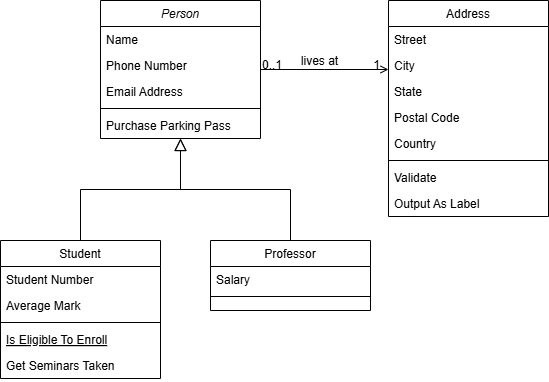
Before: CursoInfotec_TiendaDepartamental.drawio.png, a diagram exported from draw.io (rodur79/varios). Source tidied: cells renumbered, new cells last; positions are measured from the earlier drawing's top-left corner, leaving out a move shared by most shapes. Source of this version:
```xml
<mxGraphModel>
  <root>
    <mxCell id="0" />
    <mxCell id="1" parent="0" />
    <mxCell id="2" value="Person" style="swimlane;fontStyle=2;align=center;verticalAlign=top;horizontal=1;startSize=26;rounded=0;shadow=0;strokeWidth=1;" parent="1" vertex="1">
      <mxGeometry x="100" width="160" height="138" as="geometry" />
    </mxCell>
    <mxCell id="3" value="Name" style="text;align=left;verticalAlign=top;spacingLeft=4;spacingRight=4;overflow=hidden;" parent="2" vertex="1">
      <mxGeometry y="26" width="160" height="26" as="geometry" />
    </mxCell>
    <mxCell id="4" value="Phone Number" style="text;align=left;verticalAlign=top;spacingLeft=4;spacingRight=4;overflow=hidden;rounded=0;shadow=0;html=0;" parent="2" vertex="1">
      <mxGeometry y="52" width="160" height="26" as="geometry" />
    </mxCell>
    <mxCell id="5" value="Email Address" style="text;align=left;verticalAlign=top;spacingLeft=4;spacingRight=4;overflow=hidden;rounded=0;shadow=0;html=0;" parent="2" vertex="1">
      <mxGeometry y="78" width="160" height="26" as="geometry" />
    </mxCell>
    <mxCell id="6" style="line;html=1;strokeWidth=1;align=left;verticalAlign=middle;spacingTop=-1;spacingLeft=3;spacingRight=3;labelPosition=right;" parent="2" vertex="1">
      <mxGeometry y="104" width="160" height="8" as="geometry" />
    </mxCell>
    <mxCell id="7" value="Purchase Parking Pass" style="text;align=left;verticalAlign=top;spacingLeft=4;spacingRight=4;overflow=hidden;" parent="2" vertex="1">
      <mxGeometry y="112" width="160" height="26" as="geometry" />
    </mxCell>
    <mxCell id="8" value="Student" style="swimlane;fontStyle=0;align=center;verticalAlign=top;horizontal=1;startSize=26;rounded=0;shadow=0;strokeWidth=1;" parent="1" vertex="1">
      <mxGeometry y="240" width="160" height="138" as="geometry" />
    </mxCell>
    <mxCell id="9" value="Student Number" style="text;align=left;verticalAlign=top;spacingLeft=4;spacingRight=4;overflow=hidden;" parent="8" vertex="1">
      <mxGeometry y="26" width="160" height="26" as="geometry" />
    </mxCell>
    <mxCell id="10" value="Average Mark" style="text;align=left;verticalAlign=top;spacingLeft=4;spacingRight=4;overflow=hidden;rounded=0;shadow=0;html=0;" parent="8" vertex="1">
      <mxGeometry y="52" width="160" height="26" as="geometry" />
    </mxCell>
    <mxCell id="11" style="line;html=1;strokeWidth=1;align=left;verticalAlign=middle;spacingTop=-1;spacingLeft=3;spacingRight=3;labelPosition=right;" parent="8" vertex="1">
      <mxGeometry y="78" width="160" height="8" as="geometry" />
    </mxCell>
    <mxCell id="12" value="Is Eligible To Enroll" style="text;align=left;verticalAlign=top;spacingLeft=4;spacingRight=4;overflow=hidden;fontStyle=4;" parent="8" vertex="1">
      <mxGeometry y="86" width="160" height="26" as="geometry" />
    </mxCell>
    <mxCell id="13" value="Get Seminars Taken" style="text;align=left;verticalAlign=top;spacingLeft=4;spacingRight=4;overflow=hidden;" parent="8" vertex="1">
      <mxGeometry y="112" width="160" height="26" as="geometry" />
    </mxCell>
    <mxCell id="14" style="endArrow=block;endSize=10;endFill=0;shadow=0;strokeWidth=1;rounded=0;curved=0;edgeStyle=elbowEdgeStyle;elbow=vertical;" parent="1" edge="1" source="8" target="2">
      <mxGeometry relative="1" as="geometry" />
    </mxCell>
    <mxCell id="15" value="Professor" style="swimlane;fontStyle=0;align=center;verticalAlign=top;horizontal=1;startSize=26;rounded=0;shadow=0;strokeWidth=1;" parent="1" vertex="1">
      <mxGeometry x="210" y="240" width="160" height="70" as="geometry" />
    </mxCell>
    <mxCell id="16" value="Salary" style="text;align=left;verticalAlign=top;spacingLeft=4;spacingRight=4;overflow=hidden;" parent="15" vertex="1">
      <mxGeometry y="26" width="160" height="26" as="geometry" />
    </mxCell>
    <mxCell id="17" style="line;html=1;strokeWidth=1;align=left;verticalAlign=middle;spacingTop=-1;spacingLeft=3;spacingRight=3;labelPosition=right;" parent="15" vertex="1">
      <mxGeometry y="52" width="160" height="8" as="geometry" />
    </mxCell>
    <mxCell id="18" style="endArrow=block;endSize=10;endFill=0;shadow=0;strokeWidth=1;rounded=0;curved=0;edgeStyle=elbowEdgeStyle;elbow=vertical;" parent="1" edge="1" source="15" target="2">
      <mxGeometry relative="1" as="geometry" />
    </mxCell>
    <mxCell id="19" value="Address" style="swimlane;fontStyle=0;align=center;verticalAlign=top;horizontal=1;startSize=26;rounded=0;shadow=0;strokeWidth=1;" parent="1" vertex="1">
      <mxGeometry x="388" width="160" height="216" as="geometry" />
    </mxCell>
    <mxCell id="20" value="Street" style="text;align=left;verticalAlign=top;spacingLeft=4;spacingRight=4;overflow=hidden;" parent="19" vertex="1">
      <mxGeometry y="26" width="160" height="26" as="geometry" />
    </mxCell>
    <mxCell id="21" value="City" style="text;align=left;verticalAlign=top;spacingLeft=4;spacingRight=4;overflow=hidden;rounded=0;shadow=0;html=0;" parent="19" vertex="1">
      <mxGeometry y="52" width="160" height="26" as="geometry" />
    </mxCell>
    <mxCell id="22" value="State" style="text;align=left;verticalAlign=top;spacingLeft=4;spacingRight=4;overflow=hidden;rounded=0;shadow=0;html=0;" parent="19" vertex="1">
      <mxGeometry y="78" width="160" height="26" as="geometry" />
    </mxCell>
    <mxCell id="23" value="Postal Code" style="text;align=left;verticalAlign=top;spacingLeft=4;spacingRight=4;overflow=hidden;rounded=0;shadow=0;html=0;" parent="19" vertex="1">
      <mxGeometry y="104" width="160" height="26" as="geometry" />
    </mxCell>
    <mxCell id="24" value="Country" style="text;align=left;verticalAlign=top;spacingLeft=4;spacingRight=4;overflow=hidden;rounded=0;shadow=0;html=0;" parent="19" vertex="1">
      <mxGeometry y="130" width="160" height="26" as="geometry" />
    </mxCell>
    <mxCell id="25" style="line;html=1;strokeWidth=1;align=left;verticalAlign=middle;spacingTop=-1;spacingLeft=3;spacingRight=3;labelPosition=right;" parent="19" vertex="1">
      <mxGeometry y="156" width="160" height="8" as="geometry" />
    </mxCell>
    <mxCell id="26" value="Validate" style="text;align=left;verticalAlign=top;spacingLeft=4;spacingRight=4;overflow=hidden;" parent="19" vertex="1">
      <mxGeometry y="164" width="160" height="26" as="geometry" />
    </mxCell>
    <mxCell id="27" value="Output As Label" style="text;align=left;verticalAlign=top;spacingLeft=4;spacingRight=4;overflow=hidden;" parent="19" vertex="1">
      <mxGeometry y="190" width="160" height="26" as="geometry" />
    </mxCell>
    <mxCell id="28" style="endArrow=open;shadow=0;strokeWidth=1;rounded=0;curved=0;endFill=1;edgeStyle=elbowEdgeStyle;elbow=vertical;" parent="1" edge="1" source="2" target="19">
      <mxGeometry x="0.5" y="41" relative="1" as="geometry">
        <mxPoint x="-40" y="32" as="offset" />
      </mxGeometry>
    </mxCell>
    <mxCell id="29" value="0..1" style="align=left;verticalAlign=bottom;labelBackgroundColor=none;fontSize=12;" parent="28" vertex="1">
      <mxGeometry x="-1" relative="1" as="geometry">
        <mxPoint y="4" as="offset" />
      </mxGeometry>
    </mxCell>
    <mxCell id="30" value="1" style="align=right;verticalAlign=bottom;labelBackgroundColor=none;fontSize=12;" parent="28" vertex="1">
      <mxGeometry x="1" relative="1" as="geometry">
        <mxPoint x="-7" y="4" as="offset" />
      </mxGeometry>
    </mxCell>
    <mxCell id="31" value="lives at" style="text;html=1;align=center;verticalAlign=middle;labelBackgroundColor=none;rounded=0;shadow=0;strokeWidth=1;fontSize=12;" parent="28" vertex="1">
      <mxGeometry x="0.5" y="49" relative="1" as="geometry">
        <mxPoint x="-38" y="40" as="offset" />
      </mxGeometry>
    </mxCell>
  </root>
</mxGraphModel>
```
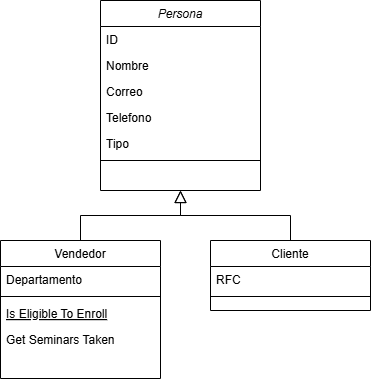
Later version of the same file.

Change to the diagram source:
```diff
@@ -2,49 +2,49 @@
   <root>
     <mxCell id="0" />
     <mxCell id="1" parent="0" />
-    <mxCell id="2" value="Person" style="swimlane;fontStyle=2;align=center;verticalAlign=top;horizontal=1;startSize=26;rounded=0;shadow=0;strokeWidth=1;" parent="1" vertex="1">
-      <mxGeometry x="100" width="160" height="138" as="geometry" />
+    <mxCell id="2" value="Persona" style="swimlane;fontStyle=2;align=center;verticalAlign=top;horizontal=1;startSize=26;rounded=0;shadow=0;strokeWidth=1;" parent="1" vertex="1">
+      <mxGeometry x="100" width="160" height="190" as="geometry" />
     </mxCell>
+    <mxCell id="32" value="ID" style="text;align=left;verticalAlign=top;spacingLeft=4;spacingRight=4;overflow=hidden;" parent="2" vertex="1">
+      <mxGeometry y="26" width="160" height="26" as="geometry" />
+    </mxCell>
-    <mxCell id="3" value="Name" style="text;align=left;verticalAlign=top;spacingLeft=4;spacingRight=4;overflow=hidden;" parent="2" vertex="1">
-      <mxGeometry y="26" width="160" height="26" as="geometry" />
+    <mxCell id="3" value="Nombre" style="text;align=left;verticalAlign=top;spacingLeft=4;spacingRight=4;overflow=hidden;" parent="2" vertex="1">
+      <mxGeometry y="52" width="160" height="26" as="geometry" />
     </mxCell>
-    <mxCell id="4" value="Phone Number" style="text;align=left;verticalAlign=top;spacingLeft=4;spacingRight=4;overflow=hidden;rounded=0;shadow=0;html=0;" parent="2" vertex="1">
-      <mxGeometry y="52" width="160" height="26" as="geometry" />
+    <mxCell id="4" value="Correo" style="text;align=left;verticalAlign=top;spacingLeft=4;spacingRight=4;overflow=hidden;rounded=0;shadow=0;html=0;" parent="2" vertex="1">
+      <mxGeometry y="78" width="160" height="26" as="geometry" />
     </mxCell>
-    <mxCell id="5" value="Email Address" style="text;align=left;verticalAlign=top;spacingLeft=4;spacingRight=4;overflow=hidden;rounded=0;shadow=0;html=0;" parent="2" vertex="1">
-      <mxGeometry y="78" width="160" height="26" as="geometry" />
+    <mxCell id="5" value="Telefono" style="text;align=left;verticalAlign=top;spacingLeft=4;spacingRight=4;overflow=hidden;rounded=0;shadow=0;html=0;" parent="2" vertex="1">
+      <mxGeometry y="104" width="160" height="26" as="geometry" />
     </mxCell>
+    <mxCell id="33" value="Tipo" style="text;align=left;verticalAlign=top;spacingLeft=4;spacingRight=4;overflow=hidden;rounded=0;shadow=0;html=0;" parent="2" vertex="1">
+      <mxGeometry y="130" width="160" height="26" as="geometry" />
+    </mxCell>
     <mxCell id="6" style="line;html=1;strokeWidth=1;align=left;verticalAlign=middle;spacingTop=-1;spacingLeft=3;spacingRight=3;labelPosition=right;" parent="2" vertex="1">
-      <mxGeometry y="104" width="160" height="8" as="geometry" />
+      <mxGeometry y="156" width="160" height="8" as="geometry" />
     </mxCell>
-    <mxCell id="7" value="Purchase Parking Pass" style="text;align=left;verticalAlign=top;spacingLeft=4;spacingRight=4;overflow=hidden;" parent="2" vertex="1">
-      <mxGeometry y="112" width="160" height="26" as="geometry" />
-    </mxCell>
-    <mxCell id="8" value="Student" style="swimlane;fontStyle=0;align=center;verticalAlign=top;horizontal=1;startSize=26;rounded=0;shadow=0;strokeWidth=1;" parent="1" vertex="1">
+    <mxCell id="8" value="Vendedor" style="swimlane;fontStyle=0;align=center;verticalAlign=top;horizontal=1;startSize=26;rounded=0;shadow=0;strokeWidth=1;" parent="1" vertex="1">
       <mxGeometry y="240" width="160" height="138" as="geometry" />
     </mxCell>
-    <mxCell id="9" value="Student Number" style="text;align=left;verticalAlign=top;spacingLeft=4;spacingRight=4;overflow=hidden;" parent="8" vertex="1">
+    <mxCell id="9" value="Departamento" style="text;align=left;verticalAlign=top;spacingLeft=4;spacingRight=4;overflow=hidden;" parent="8" vertex="1">
       <mxGeometry y="26" width="160" height="26" as="geometry" />
     </mxCell>
-    <mxCell id="10" value="Average Mark" style="text;align=left;verticalAlign=top;spacingLeft=4;spacingRight=4;overflow=hidden;rounded=0;shadow=0;html=0;" parent="8" vertex="1">
-      <mxGeometry y="52" width="160" height="26" as="geometry" />
-    </mxCell>
     <mxCell id="11" style="line;html=1;strokeWidth=1;align=left;verticalAlign=middle;spacingTop=-1;spacingLeft=3;spacingRight=3;labelPosition=right;" parent="8" vertex="1">
-      <mxGeometry y="78" width="160" height="8" as="geometry" />
+      <mxGeometry y="52" width="160" height="8" as="geometry" />
     </mxCell>
     <mxCell id="12" value="Is Eligible To Enroll" style="text;align=left;verticalAlign=top;spacingLeft=4;spacingRight=4;overflow=hidden;fontStyle=4;" parent="8" vertex="1">
-      <mxGeometry y="86" width="160" height="26" as="geometry" />
+      <mxGeometry y="60" width="160" height="26" as="geometry" />
     </mxCell>
     <mxCell id="13" value="Get Seminars Taken" style="text;align=left;verticalAlign=top;spacingLeft=4;spacingRight=4;overflow=hidden;" parent="8" vertex="1">
-      <mxGeometry y="112" width="160" height="26" as="geometry" />
+      <mxGeometry y="86" width="160" height="26" as="geometry" />
     </mxCell>
     <mxCell id="14" style="endArrow=block;endSize=10;endFill=0;shadow=0;strokeWidth=1;rounded=0;curved=0;edgeStyle=elbowEdgeStyle;elbow=vertical;" parent="1" edge="1" source="8" target="2">
       <mxGeometry relative="1" as="geometry" />
     </mxCell>
-    <mxCell id="15" value="Professor" style="swimlane;fontStyle=0;align=center;verticalAlign=top;horizontal=1;startSize=26;rounded=0;shadow=0;strokeWidth=1;" parent="1" vertex="1">
+    <mxCell id="15" value="Cliente" style="swimlane;fontStyle=0;align=center;verticalAlign=top;horizontal=1;startSize=26;rounded=0;shadow=0;strokeWidth=1;" parent="1" vertex="1">
       <mxGeometry x="210" y="240" width="160" height="70" as="geometry" />
     </mxCell>
-    <mxCell id="16" value="Salary" style="text;align=left;verticalAlign=top;spacingLeft=4;spacingRight=4;overflow=hidden;" parent="15" vertex="1">
+    <mxCell id="16" value="RFC" style="text;align=left;verticalAlign=top;spacingLeft=4;spacingRight=4;overflow=hidden;" parent="15" vertex="1">
       <mxGeometry y="26" width="160" height="26" as="geometry" />
     </mxCell>
     <mxCell id="17" style="line;html=1;strokeWidth=1;align=left;verticalAlign=middle;spacingTop=-1;spacingLeft=3;spacingRight=3;labelPosition=right;" parent="15" vertex="1">
@@ -53,52 +53,5 @@
     <mxCell id="18" style="endArrow=block;endSize=10;endFill=0;shadow=0;strokeWidth=1;rounded=0;curved=0;edgeStyle=elbowEdgeStyle;elbow=vertical;" parent="1" edge="1" source="15" target="2">
       <mxGeometry relative="1" as="geometry" />
     </mxCell>
-    <mxCell id="19" value="Address" style="swimlane;fontStyle=0;align=center;verticalAlign=top;horizontal=1;startSize=26;rounded=0;shadow=0;strokeWidth=1;" parent="1" vertex="1">
-      <mxGeometry x="388" width="160" height="216" as="geometry" />
-    </mxCell>
-    <mxCell id="20" value="Street" style="text;align=left;verticalAlign=top;spacingLeft=4;spacingRight=4;overflow=hidden;" parent="19" vertex="1">
-      <mxGeometry y="26" width="160" height="26" as="geometry" />
-    </mxCell>
-    <mxCell id="21" value="City" style="text;align=left;verticalAlign=top;spacingLeft=4;spacingRight=4;overflow=hidden;rounded=0;shadow=0;html=0;" parent="19" vertex="1">
-      <mxGeometry y="52" width="160" height="26" as="geometry" />
-    </mxCell>
-    <mxCell id="22" value="State" style="text;align=left;verticalAlign=top;spacingLeft=4;spacingRight=4;overflow=hidden;rounded=0;shadow=0;html=0;" parent="19" vertex="1">
-      <mxGeometry y="78" width="160" height="26" as="geometry" />
-    </mxCell>
-    <mxCell id="23" value="Postal Code" style="text;align=left;verticalAlign=top;spacingLeft=4;spacingRight=4;overflow=hidden;rounded=0;shadow=0;html=0;" parent="19" vertex="1">
-      <mxGeometry y="104" width="160" height="26" as="geometry" />
-    </mxCell>
-    <mxCell id="24" value="Country" style="text;align=left;verticalAlign=top;spacingLeft=4;spacingRight=4;overflow=hidden;rounded=0;shadow=0;html=0;" parent="19" vertex="1">
-      <mxGeometry y="130" width="160" height="26" as="geometry" />
-    </mxCell>
-    <mxCell id="25" style="line;html=1;strokeWidth=1;align=left;verticalAlign=middle;spacingTop=-1;spacingLeft=3;spacingRight=3;labelPosition=right;" parent="19" vertex="1">
-      <mxGeometry y="156" width="160" height="8" as="geometry" />
-    </mxCell>
-    <mxCell id="26" value="Validate" style="text;align=left;verticalAlign=top;spacingLeft=4;spacingRight=4;overflow=hidden;" parent="19" vertex="1">
-      <mxGeometry y="164" width="160" height="26" as="geometry" />
-    </mxCell>
-    <mxCell id="27" value="Output As Label" style="text;align=left;verticalAlign=top;spacingLeft=4;spacingRight=4;overflow=hidden;" parent="19" vertex="1">
-      <mxGeometry y="190" width="160" height="26" as="geometry" />
-    </mxCell>
-    <mxCell id="28" style="endArrow=open;shadow=0;strokeWidth=1;rounded=0;curved=0;endFill=1;edgeStyle=elbowEdgeStyle;elbow=vertical;" parent="1" edge="1" source="2" target="19">
-      <mxGeometry x="0.5" y="41" relative="1" as="geometry">
-        <mxPoint x="-40" y="32" as="offset" />
-      </mxGeometry>
-    </mxCell>
-    <mxCell id="29" value="0..1" style="align=left;verticalAlign=bottom;labelBackgroundColor=none;fontSize=12;" parent="28" vertex="1">
-      <mxGeometry x="-1" relative="1" as="geometry">
-        <mxPoint y="4" as="offset" />
-      </mxGeometry>
-    </mxCell>
-    <mxCell id="30" value="1" style="align=right;verticalAlign=bottom;labelBackgroundColor=none;fontSize=12;" parent="28" vertex="1">
-      <mxGeometry x="1" relative="1" as="geometry">
-        <mxPoint x="-7" y="4" as="offset" />
-      </mxGeometry>
-    </mxCell>
-    <mxCell id="31" value="lives at" style="text;html=1;align=center;verticalAlign=middle;labelBackgroundColor=none;rounded=0;shadow=0;strokeWidth=1;fontSize=12;" parent="28" vertex="1">
-      <mxGeometry x="0.5" y="49" relative="1" as="geometry">
-        <mxPoint x="-38" y="40" as="offset" />
-      </mxGeometry>
-    </mxCell>
   </root>
 </mxGraphModel>
```
